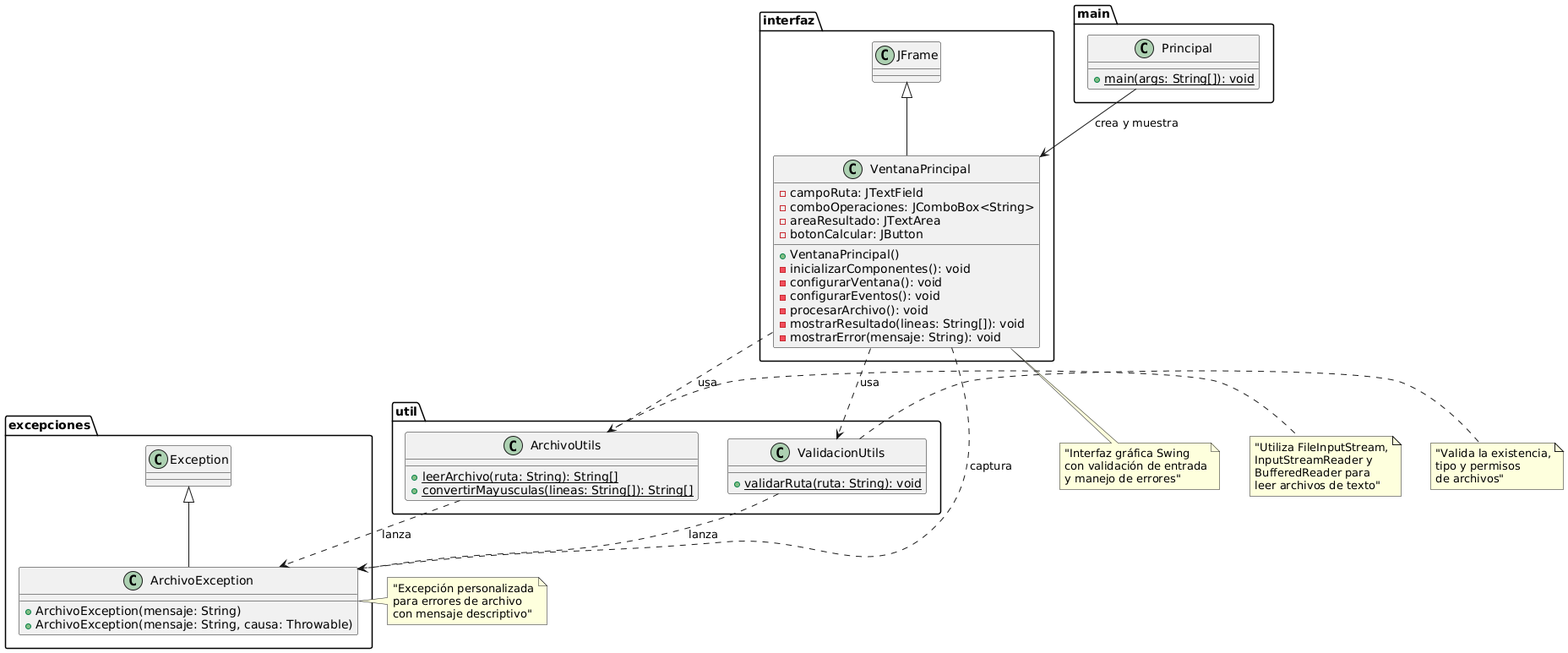
Above: actividad_5/punto_5/UML.png in RamonColmenares/POO (PlantUML), before the change. The source it was exported from:
```plantuml
@startuml
!define RECTANGLE class

package "util" {
    class ArchivoUtils {
        {static} + leerArchivo(ruta: String): String[]
        {static} + convertirMayusculas(lineas: String[]): String[]
    }

    class ValidacionUtils {
        {static} + validarRuta(ruta: String): void
    }
}

package "excepciones" {
    class ArchivoException extends Exception {
        + ArchivoException(mensaje: String)
        + ArchivoException(mensaje: String, causa: Throwable)
    }
}

package "interfaz" {
    class VentanaPrincipal extends JFrame {
        - campoRuta: JTextField
        - comboOperaciones: JComboBox<String>
        - areaResultado: JTextArea
        - botonCalcular: JButton
        + VentanaPrincipal()
        - inicializarComponentes(): void
        - configurarVentana(): void
        - configurarEventos(): void
        - procesarArchivo(): void
        - mostrarResultado(lineas: String[]): void
        - mostrarError(mensaje: String): void
    }
}

package "main" {
    class Principal {
        {static} + main(args: String[]): void
    }
}

Principal --> VentanaPrincipal : "crea y muestra"
VentanaPrincipal ..> ArchivoUtils : "usa"
VentanaPrincipal ..> ValidacionUtils : "usa"
ArchivoUtils ..> ArchivoException : "lanza"
ValidacionUtils ..> ArchivoException : "lanza"
VentanaPrincipal ..> ArchivoException : "captura"

note right of ArchivoUtils : "Utiliza FileInputStream,\nInputStreamReader y\nBufferedReader para\nleer archivos de texto"

note right of ValidacionUtils : "Valida la existencia,\ntipo y permisos\nde archivos"

note bottom of VentanaPrincipal : "Interfaz gráfica Swing\ncon validación de entrada\ny manejo de errores"

note left of ArchivoException : "Excepción personalizada\npara errores de archivo\ncon mensaje descriptivo"
@enduml
```
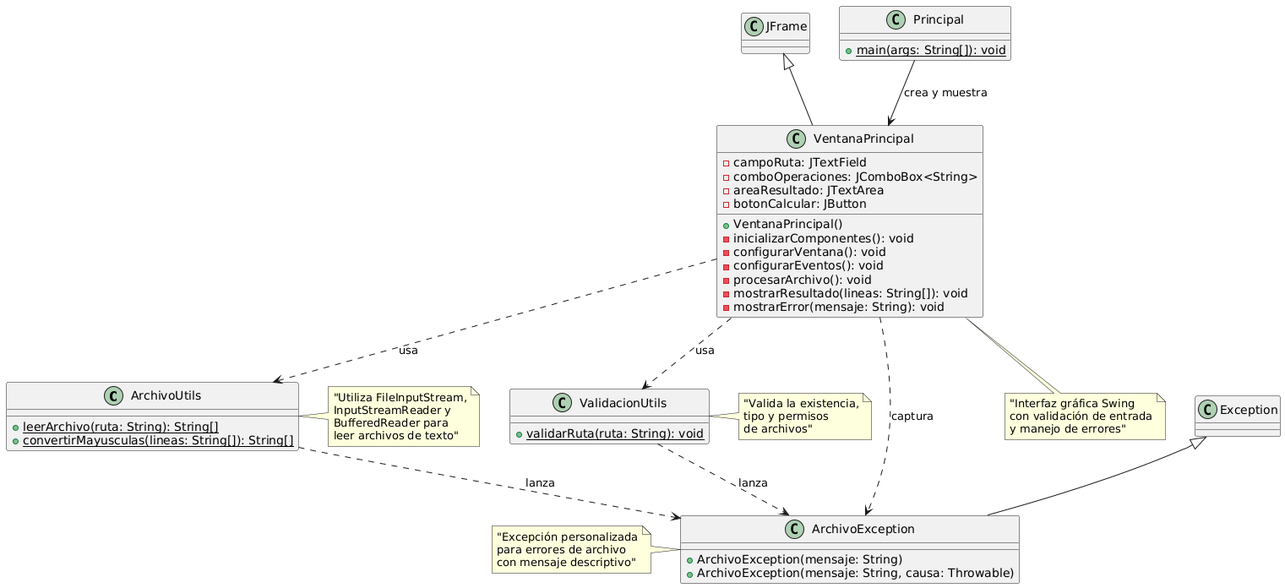
After the change.

Commit message:
Modifico los UML del punto 3 y el punto 5, actividad 5

The edit, as a diff of the source:
```diff
@@ -1,44 +1,36 @@
 @startuml
 !define RECTANGLE class
 
-package "util" {
-    class ArchivoUtils {
-        {static} + leerArchivo(ruta: String): String[]
-        {static} + convertirMayusculas(lineas: String[]): String[]
-    }
-
-    class ValidacionUtils {
-        {static} + validarRuta(ruta: String): void
-    }
+class ArchivoUtils {
+    {static} + leerArchivo(ruta: String): String[]
+    {static} + convertirMayusculas(lineas: String[]): String[]
 }
 
-package "excepciones" {
-    class ArchivoException extends Exception {
-        + ArchivoException(mensaje: String)
-        + ArchivoException(mensaje: String, causa: Throwable)
-    }
+class ValidacionUtils {
+    {static} + validarRuta(ruta: String): void
 }
 
-package "interfaz" {
-    class VentanaPrincipal extends JFrame {
-        - campoRuta: JTextField
-        - comboOperaciones: JComboBox<String>
-        - areaResultado: JTextArea
-        - botonCalcular: JButton
-        + VentanaPrincipal()
-        - inicializarComponentes(): void
-        - configurarVentana(): void
-        - configurarEventos(): void
-        - procesarArchivo(): void
-        - mostrarResultado(lineas: String[]): void
-        - mostrarError(mensaje: String): void
-    }
+class ArchivoException extends Exception {
+    + ArchivoException(mensaje: String)
+    + ArchivoException(mensaje: String, causa: Throwable)
 }
 
-package "main" {
-    class Principal {
-        {static} + main(args: String[]): void
-    }
+class VentanaPrincipal extends JFrame {
+    - campoRuta: JTextField
+    - comboOperaciones: JComboBox<String>
+    - areaResultado: JTextArea
+    - botonCalcular: JButton
+    + VentanaPrincipal()
+    - inicializarComponentes(): void
+    - configurarVentana(): void
+    - configurarEventos(): void
+    - procesarArchivo(): void
+    - mostrarResultado(lineas: String[]): void
+    - mostrarError(mensaje: String): void
+}
+
+class Principal {
+    {static} + main(args: String[]): void
 }
 
 Principal --> VentanaPrincipal : "crea y muestra"
```
